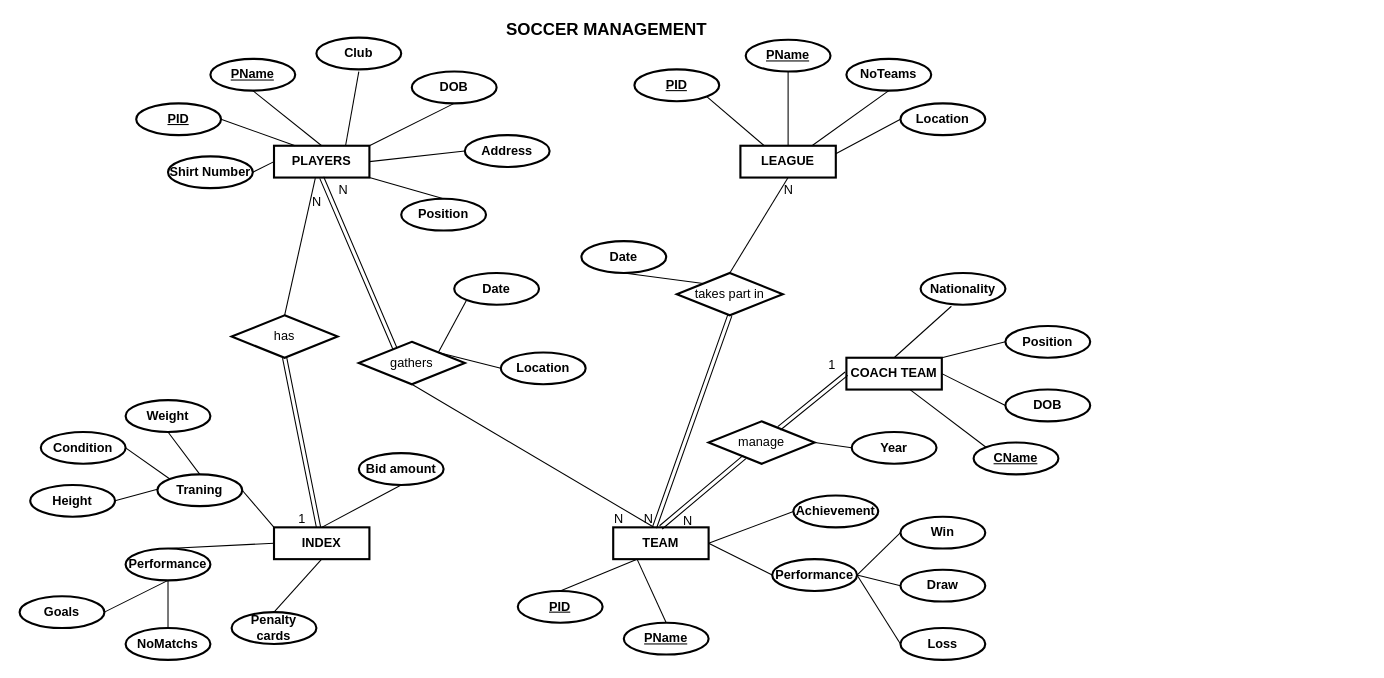
Earlier version of the draw.io diagram SoccerDatabase.drawio (kieuvantuyen01/testGit). Source tidied: cells renumbered, new cells numbered last; positions are measured from the earlier drawing's top-left corner, leaving out a move shared by most shapes. Both pictures are drawn from the tidied source at 106%, with x=0, y=0 at pixel (19, 18).
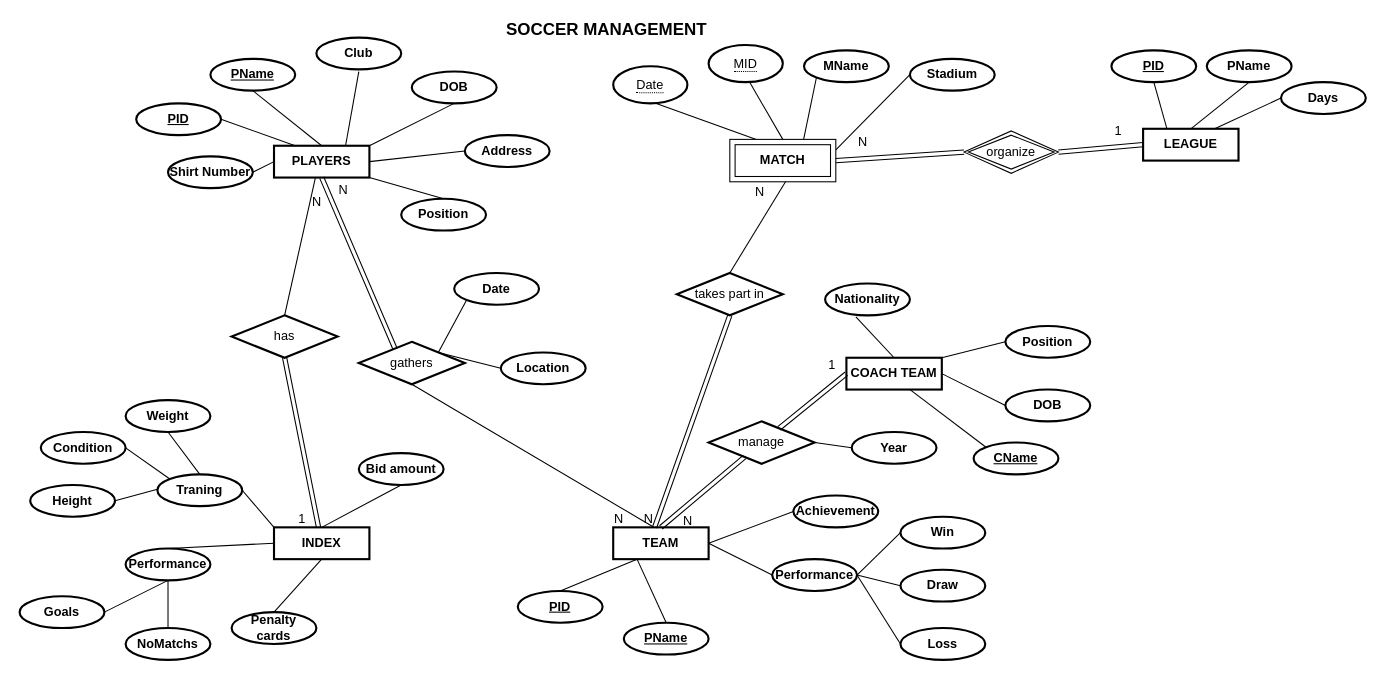
The same diagram, later.

The change refers to these unchanged cells:
```xml
<mxCell id="72" value="takes part in" style="shape=rhombus;perimeter=rhombusPerimeter;whiteSpace=wrap;html=1;align=center;strokeWidth=2;" parent="1" vertex="1">
  <mxGeometry x="620" y="240" width="100" height="40" as="geometry" />
</mxCell>
```

What changed in the source:
```diff
@@
-    <mxCell id="22" value="LEAGUE" style="whiteSpace=wrap;html=1;align=center;fontStyle=1;strokeWidth=2;" parent="1" vertex="1">
-      <mxGeometry x="680" y="120" width="90" height="30" as="geometry" />
-    </mxCell>
@@
-    <mxCell id="25" value="PID" style="ellipse;whiteSpace=wrap;html=1;align=center;strokeWidth=2;fontStyle=5;" parent="1" vertex="1">
-      <mxGeometry x="580" y="48" width="80" height="30" as="geometry" />
-    </mxCell>
-    <mxCell id="26" value="PName" style="ellipse;whiteSpace=wrap;html=1;align=center;strokeWidth=2;fontStyle=5;" parent="1" vertex="1">
-      <mxGeometry x="685" y="20" width="80" height="30" as="geometry" />
-    </mxCell>
-    <mxCell id="27" value="NoTeams" style="ellipse;whiteSpace=wrap;html=1;align=center;strokeWidth=2;fontStyle=1;" parent="1" vertex="1">
-      <mxGeometry x="780" y="38" width="80" height="30" as="geometry" />
-    </mxCell>
-    <mxCell id="28" value="Location" style="ellipse;whiteSpace=wrap;html=1;align=center;strokeWidth=2;fontStyle=1;" parent="1" vertex="1">
-      <mxGeometry x="831" y="80" width="80" height="30" as="geometry" />
-    </mxCell>
@@
     <mxCell id="32" value="Nationality" style="ellipse;whiteSpace=wrap;html=1;align=center;strokeWidth=2;fontStyle=1;" parent="1" vertex="1">
-      <mxGeometry x="850" y="240" width="80" height="30" as="geometry" />
+      <mxGeometry x="759.9" y="250" width="80" height="30" as="geometry" />
     </mxCell>
@@
-    <mxCell id="40" style="endArrow=none;html=1;rounded=0;exitX=1;exitY=1;exitDx=0;exitDy=0;entryX=0.25;entryY=0;entryDx=0;entryDy=0;" parent="1" edge="1" source="25" target="22">
-      <mxGeometry relative="1" as="geometry" />
-    </mxCell>
-    <mxCell id="41" style="endArrow=none;html=1;rounded=0;exitX=0.5;exitY=1;exitDx=0;exitDy=0;entryX=0.5;entryY=0;entryDx=0;entryDy=0;" parent="1" edge="1" source="26" target="22">
-      <mxGeometry relative="1" as="geometry" />
-    </mxCell>
-    <mxCell id="42" style="endArrow=none;html=1;rounded=0;exitX=0.5;exitY=1;exitDx=0;exitDy=0;entryX=0.75;entryY=0;entryDx=0;entryDy=0;" parent="1" edge="1" source="27" target="22">
-      <mxGeometry relative="1" as="geometry" />
-    </mxCell>
-    <mxCell id="43" style="endArrow=none;html=1;rounded=0;exitX=0;exitY=0.5;exitDx=0;exitDy=0;entryX=1;entryY=0.25;entryDx=0;entryDy=0;" parent="1" edge="1" source="28" target="22">
-      <mxGeometry relative="1" as="geometry" />
-    </mxCell>
@@
-    <mxCell id="85" style="endArrow=none;html=1;rounded=0;entryX=0.5;entryY=1;entryDx=0;entryDy=0;exitX=0.5;exitY=0;exitDx=0;exitDy=0;" parent="1" edge="1" source="72" target="22">
-      <mxGeometry relative="1" as="geometry" />
+    <mxCell id="85" style="endArrow=none;html=1;rounded=0;entryX=0.5;entryY=1;entryDx=0;entryDy=0;exitX=0.5;exitY=0;exitDx=0;exitDy=0;" parent="1" edge="1" source="72">
+      <mxGeometry relative="1" as="geometry">
+        <mxPoint x="725" y="150" as="targetPoint" />
+      </mxGeometry>
     </mxCell>
-    <mxCell id="86" value="N" style="html=1;align=right;verticalAlign=bottom;" parent="85" vertex="1">
-      <mxGeometry x="1" relative="1" as="geometry">
-        <mxPoint x="5.1" y="19.9" as="offset" />
-      </mxGeometry>
-    </mxCell>
@@
-    <mxCell id="93" value="Date" style="ellipse;whiteSpace=wrap;html=1;align=center;strokeWidth=2;fontStyle=1;" parent="1" vertex="1">
-      <mxGeometry x="530" y="210" width="80" height="30" as="geometry" />
-    </mxCell>
-    <mxCell id="94" style="endArrow=none;html=1;rounded=0;entryX=0.5;entryY=1;entryDx=0;entryDy=0;exitX=0;exitY=0;exitDx=0;exitDy=0;" parent="1" edge="1" source="72" target="93">
-      <mxGeometry relative="1" as="geometry" />
+    <mxCell id="94" style="endArrow=none;html=1;rounded=0;entryX=0.5;entryY=1;entryDx=0;entryDy=0;exitX=0.25;exitY=0;exitDx=0;exitDy=0;" parent="1" edge="1" source="107">
+      <mxGeometry relative="1" as="geometry">
+        <mxPoint x="600" y="80" as="targetPoint" />
+      </mxGeometry>
     </mxCell>
@@
+    <mxCell id="22" value="LEAGUE" style="whiteSpace=wrap;html=1;align=center;fontStyle=1;strokeWidth=2;" parent="1" vertex="1">
+      <mxGeometry x="1059.9" y="104" width="90" height="30" as="geometry" />
+    </mxCell>
+    <mxCell id="25" value="PID" style="ellipse;whiteSpace=wrap;html=1;align=center;strokeWidth=2;fontStyle=5;" parent="1" vertex="1">
+      <mxGeometry x="1030" y="30" width="80" height="30" as="geometry" />
+    </mxCell>
+    <mxCell id="26" value="PName" style="ellipse;whiteSpace=wrap;html=1;align=center;strokeWidth=2;fontStyle=1;" parent="1" vertex="1">
+      <mxGeometry x="1120" y="30" width="80" height="30" as="geometry" />
+    </mxCell>
+    <mxCell id="98" value="Days" style="ellipse;whiteSpace=wrap;html=1;align=center;strokeWidth=2;fontStyle=1;" parent="1" vertex="1">
+      <mxGeometry x="1190" y="60" width="80" height="30" as="geometry" />
+    </mxCell>
+    <mxCell id="40" style="endArrow=none;html=1;rounded=0;exitX=0.5;exitY=1;exitDx=0;exitDy=0;entryX=0.25;entryY=0;entryDx=0;entryDy=0;" parent="1" edge="1" source="25" target="22">
+      <mxGeometry relative="1" as="geometry" />
+    </mxCell>
+    <mxCell id="41" style="endArrow=none;html=1;rounded=0;exitX=0.5;exitY=1;exitDx=0;exitDy=0;entryX=0.5;entryY=0;entryDx=0;entryDy=0;" parent="1" edge="1" source="26" target="22">
+      <mxGeometry relative="1" as="geometry" />
+    </mxCell>
+    <mxCell id="99" style="endArrow=none;html=1;rounded=0;exitX=0;exitY=0.5;exitDx=0;exitDy=0;entryX=0.75;entryY=0;entryDx=0;entryDy=0;" parent="1" edge="1" source="98" target="22">
+      <mxGeometry relative="1" as="geometry" />
+    </mxCell>
+    <mxCell id="100" value="organize" style="shape=rhombus;double=1;perimeter=rhombusPerimeter;whiteSpace=wrap;html=1;align=center;" parent="1" vertex="1">
+      <mxGeometry x="891" y="106" width="89" height="40" as="geometry" />
+    </mxCell>
+    <mxCell id="101" value="MName" style="ellipse;whiteSpace=wrap;html=1;align=center;strokeWidth=2;fontStyle=1;" parent="1" vertex="1">
+      <mxGeometry x="740" y="30" width="80" height="30" as="geometry" />
+    </mxCell>
+    <mxCell id="102" value="Stadium" style="ellipse;whiteSpace=wrap;html=1;align=center;strokeWidth=2;fontStyle=1;" parent="1" vertex="1">
+      <mxGeometry x="839.9" y="38" width="80" height="30" as="geometry" />
+    </mxCell>
+    <mxCell id="103" style="endArrow=none;html=1;rounded=0;entryX=0.5;entryY=0;entryDx=0;entryDy=0;" parent="1" edge="1" target="107">
+      <mxGeometry relative="1" as="geometry">
+        <mxPoint x="688.5" y="59.7" as="sourcePoint" />
+      </mxGeometry>
+    </mxCell>
+    <mxCell id="104" style="endArrow=none;html=1;rounded=0;exitX=0;exitY=1;exitDx=0;exitDy=0;entryX=0.693;entryY=0.039;entryDx=0;entryDy=0;entryPerimeter=0;" parent="1" edge="1" source="101" target="107">
+      <mxGeometry relative="1" as="geometry" />
+    </mxCell>
+    <mxCell id="105" style="endArrow=none;html=1;rounded=0;exitX=0;exitY=0.5;exitDx=0;exitDy=0;entryX=1;entryY=0.25;entryDx=0;entryDy=0;" parent="1" edge="1" source="102" target="107">
+      <mxGeometry relative="1" as="geometry" />
+    </mxCell>
+    <mxCell id="106" value="N" style="html=1;align=right;verticalAlign=bottom;" parent="1" vertex="1">
+      <mxGeometry x="839.9" y="222.3" as="geometry">
+        <mxPoint x="-137" y="-50" as="offset" />
+      </mxGeometry>
+    </mxCell>
+    <mxCell id="107" value="MATCH" style="shape=ext;margin=3;double=1;whiteSpace=wrap;html=1;align=center;fontStyle=1;" parent="1" vertex="1">
+      <mxGeometry x="670" y="114" width="100" height="40" as="geometry" />
+    </mxCell>
+    <mxCell id="93" value="&lt;span style=&quot;border-bottom: 1px dotted&quot;&gt;Date&lt;/span&gt;" style="ellipse;whiteSpace=wrap;html=1;align=center;strokeWidth=2;" parent="1" vertex="1">
+      <mxGeometry x="560" y="45" width="70" height="35" as="geometry" />
+    </mxCell>
+    <mxCell id="108" value="&lt;span style=&quot;border-bottom: 1px dotted&quot;&gt;MID&lt;/span&gt;" style="ellipse;whiteSpace=wrap;html=1;align=center;strokeWidth=2;" parent="1" vertex="1">
+      <mxGeometry x="650" y="25" width="70" height="35" as="geometry" />
+    </mxCell>
+    <mxCell id="109" style="shape=link;html=1;rounded=0;entryX=1;entryY=0.5;entryDx=0;entryDy=0;exitX=0;exitY=0.5;exitDx=0;exitDy=0;" parent="1" edge="1" source="100" target="107">
+      <mxGeometry relative="1" as="geometry" />
+    </mxCell>
+    <mxCell id="110" value="N" style="html=1;align=right;verticalAlign=bottom;" parent="109" vertex="1">
+      <mxGeometry x="1" relative="1" as="geometry">
+        <mxPoint x="29.4" y="-8.9" as="offset" />
+      </mxGeometry>
+    </mxCell>
+    <mxCell id="111" style="shape=link;html=1;rounded=0;entryX=1;entryY=0.5;entryDx=0;entryDy=0;exitX=0;exitY=0.5;exitDx=0;exitDy=0;" parent="1" edge="1" source="22" target="100">
+      <mxGeometry relative="1" as="geometry" />
+    </mxCell>
+    <mxCell id="112" value="1" style="html=1;align=right;verticalAlign=bottom;" parent="111" vertex="1">
+      <mxGeometry x="1" relative="1" as="geometry">
+        <mxPoint x="59.8" y="-12" as="offset" />
+      </mxGeometry>
+    </mxCell>
```
